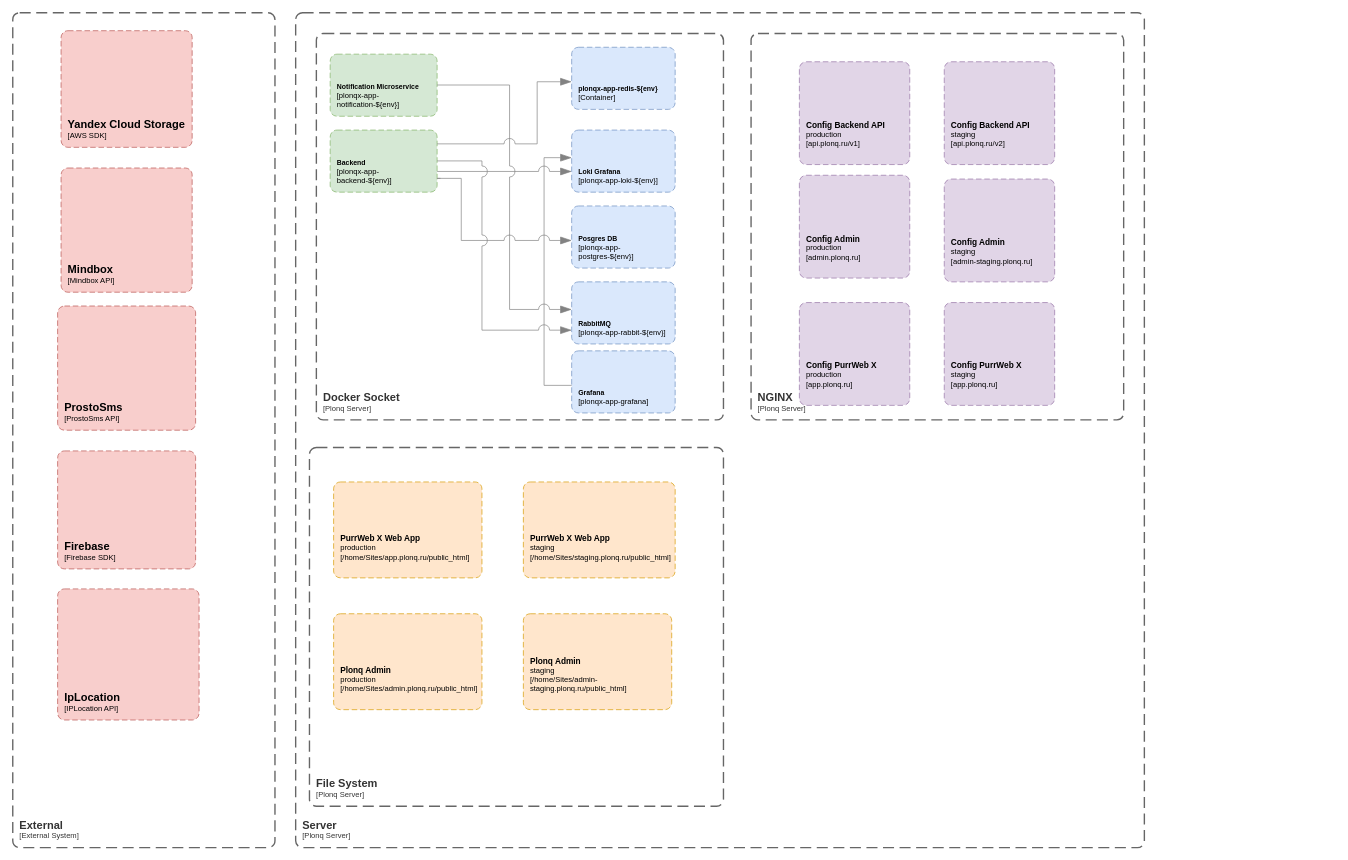
This is Диаграмма без названия.drawio from kirill-misiuk/Task, a draw.io file, before an edit. Source tidied: cells renumbered, new cells numbered last; positions are measured from the earlier drawing's top-left corner, leaving out a move shared by most shapes. Both pictures are drawn from the tidied source at 69%, with x=0, y=0 at pixel (12, 12).
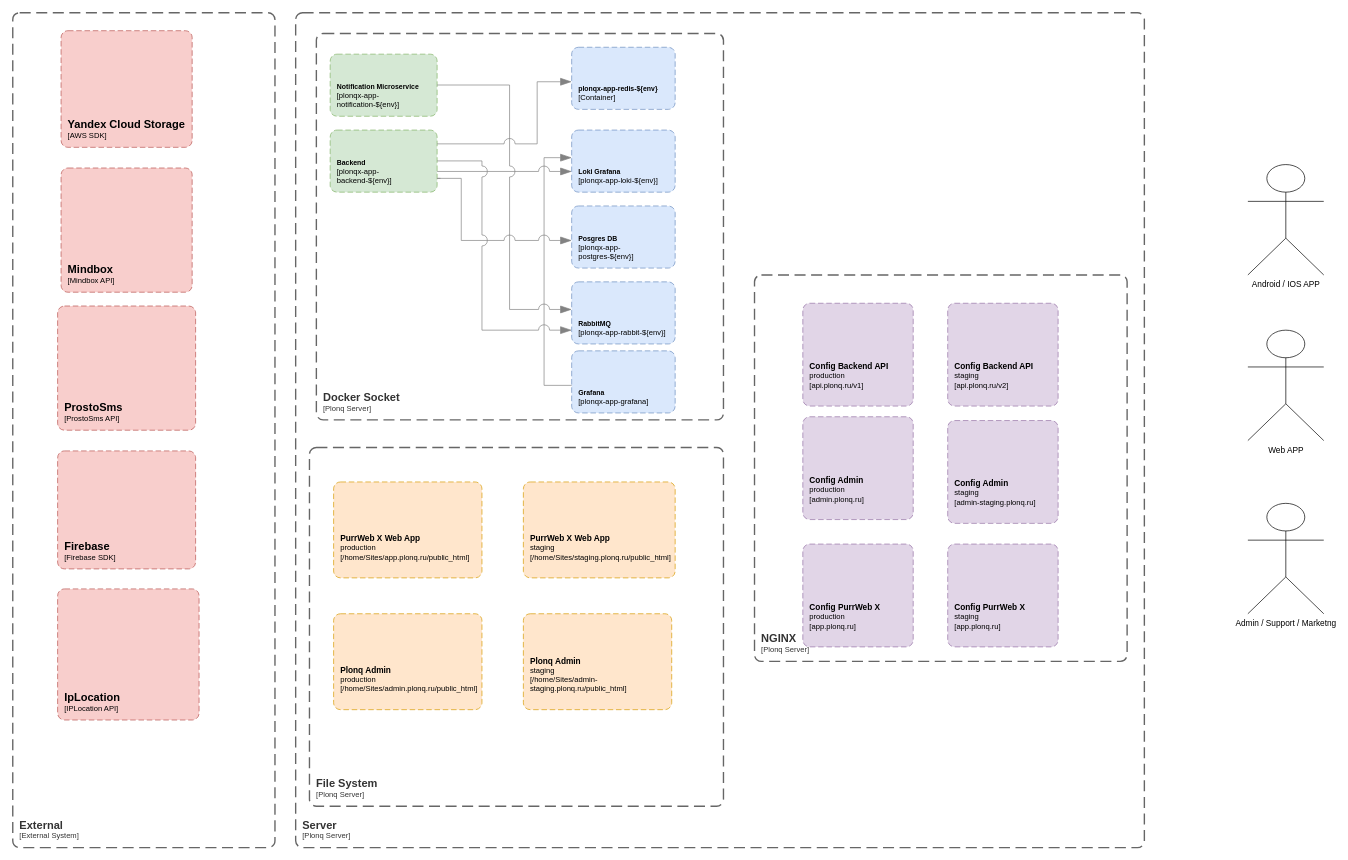
Above is the later version.

Commit message:
diogram_app

The edit, as a diff of the source:
```diff
@@
     <object id="17" label="&lt;font style=&quot;font-size: 16px&quot;&gt;&lt;b&gt;&lt;div style=&quot;text-align: left&quot;&gt;%c4Name%&lt;/div&gt;&lt;/b&gt;&lt;/font&gt;&lt;div style=&quot;text-align: left&quot;&gt;[%c4Application%]&lt;/div&gt;" c4Application="Plonq Server" c4Name="NGINX" placeholders="1">
       <mxCell style="rounded=1;fontSize=11;whiteSpace=wrap;html=1;dashed=1;arcSize=20;fillColor=none;strokeColor=#666666;fontColor=#333333;labelBackgroundColor=none;align=left;verticalAlign=bottom;labelBorderColor=none;spacingTop=0;spacing=10;dashPattern=8 4;perimeter=rectanglePerimeter;noLabel=0;labelPadding=0;absoluteArcSize=1;strokeWidth=2;" parent="1" vertex="1">
-        <mxGeometry x="1070" y="30" width="540" height="560" as="geometry" />
+        <mxGeometry x="1075" y="380" width="540" height="560" as="geometry" />
       </mxCell>
     </object>
     <object id="18" label="&lt;font style=&quot;font-size: 12px&quot;&gt;&lt;b&gt;&lt;div style=&quot;text-align: left&quot;&gt;%c4Name%&lt;/div&gt;&lt;/b&gt;&lt;/font&gt;&lt;div style=&quot;text-align: left&quot;&gt;%env%&lt;/div&gt;&lt;div style=&quot;text-align: left&quot;&gt;[%c4Application%]&lt;/div&gt;&#10;" c4Application="app.plonq.ru" c4Name="Config PurrWeb X" env="staging" placeholders="1">
       <mxCell style="rounded=1;fontSize=11;whiteSpace=wrap;html=1;dashed=1;arcSize=20;fillColor=#e1d5e7;strokeColor=#9673a6;labelBackgroundColor=none;align=left;verticalAlign=bottom;labelBorderColor=none;spacingTop=0;spacing=10;dashPattern=8 4;perimeter=rectanglePerimeter;noLabel=0;labelPadding=0;absoluteArcSize=1;" parent="1" vertex="1">
-        <mxGeometry x="1350" y="420" width="160" height="149" as="geometry" />
+        <mxGeometry x="1355" y="770" width="160" height="149" as="geometry" />
       </mxCell>
     </object>
     <object id="19" label="&lt;font style=&quot;font-size: 12px&quot;&gt;&lt;b&gt;&lt;div style=&quot;text-align: left&quot;&gt;%c4Name%&lt;/div&gt;&lt;/b&gt;&lt;/font&gt;&lt;div style=&quot;text-align: left&quot;&gt;%env%&lt;/div&gt;&lt;div style=&quot;text-align: left&quot;&gt;[%c4Application%]&lt;/div&gt;&#10;" c4Application="app.plonq.ru" c4Name="Config PurrWeb X" env="production" placeholders="1">
       <mxCell style="rounded=1;fontSize=11;whiteSpace=wrap;html=1;dashed=1;arcSize=20;fillColor=#e1d5e7;strokeColor=#9673a6;labelBackgroundColor=none;align=left;verticalAlign=bottom;labelBorderColor=none;spacingTop=0;spacing=10;dashPattern=8 4;perimeter=rectanglePerimeter;noLabel=0;labelPadding=0;absoluteArcSize=1;" parent="1" vertex="1">
-        <mxGeometry x="1140" y="420" width="160" height="149" as="geometry" />
+        <mxGeometry x="1145" y="770" width="160" height="149" as="geometry" />
       </mxCell>
     </object>
     <object id="20" label="&lt;font style=&quot;font-size: 12px&quot;&gt;&lt;b&gt;&lt;div style=&quot;text-align: left&quot;&gt;%c4Name%&lt;/div&gt;&lt;/b&gt;&lt;/font&gt;&lt;div style=&quot;text-align: left&quot;&gt;%env%&lt;/div&gt;&lt;div style=&quot;text-align: left&quot;&gt;[%c4Application%]&lt;/div&gt;&#10;" c4Application="admin-staging.plonq.ru" c4Name="Config Admin" env="staging" placeholders="1">
       <mxCell style="rounded=1;fontSize=11;whiteSpace=wrap;html=1;dashed=1;arcSize=20;fillColor=#e1d5e7;strokeColor=#9673a6;labelBackgroundColor=none;align=left;verticalAlign=bottom;labelBorderColor=none;spacingTop=0;spacing=10;dashPattern=8 4;perimeter=rectanglePerimeter;noLabel=0;labelPadding=0;absoluteArcSize=1;" parent="1" vertex="1">
-        <mxGeometry x="1350" y="241" width="160" height="149" as="geometry" />
+        <mxGeometry x="1355" y="591" width="160" height="149" as="geometry" />
       </mxCell>
     </object>
     <object id="21" label="&lt;font style=&quot;font-size: 12px&quot;&gt;&lt;b&gt;&lt;div style=&quot;text-align: left&quot;&gt;%c4Name%&lt;/div&gt;&lt;/b&gt;&lt;/font&gt;&lt;div style=&quot;text-align: left&quot;&gt;%env%&lt;/div&gt;&lt;div style=&quot;text-align: left&quot;&gt;[%c4Application%]&lt;/div&gt;&#10;" c4Application="admin.plonq.ru" c4Name="Config Admin" env="production" placeholders="1">
       <mxCell style="rounded=1;fontSize=11;whiteSpace=wrap;html=1;dashed=1;arcSize=20;fillColor=#e1d5e7;strokeColor=#9673a6;labelBackgroundColor=none;align=left;verticalAlign=bottom;labelBorderColor=none;spacingTop=0;spacing=10;dashPattern=8 4;perimeter=rectanglePerimeter;noLabel=0;labelPadding=0;absoluteArcSize=1;" parent="1" vertex="1">
-        <mxGeometry x="1140" y="235.5" width="160" height="149" as="geometry" />
+        <mxGeometry x="1145" y="585.5" width="160" height="149" as="geometry" />
       </mxCell>
     </object>
     <object id="22" label="&lt;font style=&quot;font-size: 12px&quot;&gt;&lt;b&gt;&lt;div style=&quot;text-align: left&quot;&gt;%c4Name%&lt;/div&gt;&lt;/b&gt;&lt;/font&gt;&lt;div style=&quot;text-align: left&quot;&gt;%env%&lt;/div&gt;&lt;div style=&quot;text-align: left&quot;&gt;[%c4Application%]&lt;/div&gt;&#10;" c4Application="api.plonq.ru/v2" c4Name="Config Backend API" env="staging" placeholders="1">
       <mxCell style="rounded=1;fontSize=11;whiteSpace=wrap;html=1;dashed=1;arcSize=20;fillColor=#e1d5e7;strokeColor=#9673a6;labelBackgroundColor=none;align=left;verticalAlign=bottom;labelBorderColor=none;spacingTop=0;spacing=10;dashPattern=8 4;perimeter=rectanglePerimeter;noLabel=0;labelPadding=0;absoluteArcSize=1;" parent="1" vertex="1">
-        <mxGeometry x="1350" y="71" width="160" height="149" as="geometry" />
+        <mxGeometry x="1355" y="421" width="160" height="149" as="geometry" />
       </mxCell>
     </object>
     <object id="23" label="&lt;font style=&quot;font-size: 12px&quot;&gt;&lt;b&gt;&lt;div style=&quot;text-align: left&quot;&gt;%c4Name%&lt;/div&gt;&lt;/b&gt;&lt;/font&gt;&lt;div style=&quot;text-align: left&quot;&gt;%env%&lt;/div&gt;&lt;div style=&quot;text-align: left&quot;&gt;[%c4Application%]&lt;/div&gt;&#10;" c4Application="api.plonq.ru/v1" c4Name="Config Backend API" env="production" placeholders="1">
       <mxCell style="rounded=1;fontSize=11;whiteSpace=wrap;html=1;dashed=1;arcSize=20;fillColor=#e1d5e7;strokeColor=#9673a6;labelBackgroundColor=none;align=left;verticalAlign=bottom;labelBorderColor=none;spacingTop=0;spacing=10;dashPattern=8 4;perimeter=rectanglePerimeter;noLabel=0;labelPadding=0;absoluteArcSize=1;" parent="1" vertex="1">
-        <mxGeometry x="1140" y="71" width="160" height="149" as="geometry" />
+        <mxGeometry x="1145" y="421" width="160" height="149" as="geometry" />
       </mxCell>
     </object>
@@
+    <mxCell id="35" value="Android / IOS APP" style="shape=umlActor;verticalLabelPosition=bottom;verticalAlign=top;html=1;" parent="1" vertex="1">
+      <mxGeometry x="1790" y="220" width="110" height="160" as="geometry" />
+    </mxCell>
+    <mxCell id="36" value="Web APP" style="shape=umlActor;verticalLabelPosition=bottom;verticalAlign=top;html=1;" parent="1" vertex="1">
+      <mxGeometry x="1790" y="460" width="110" height="160" as="geometry" />
+    </mxCell>
+    <mxCell id="37" value="Admin / Support / Marketng" style="shape=umlActor;verticalLabelPosition=bottom;verticalAlign=top;html=1;" parent="1" vertex="1">
+      <mxGeometry x="1790" y="711" width="110" height="160" as="geometry" />
+    </mxCell>
```
